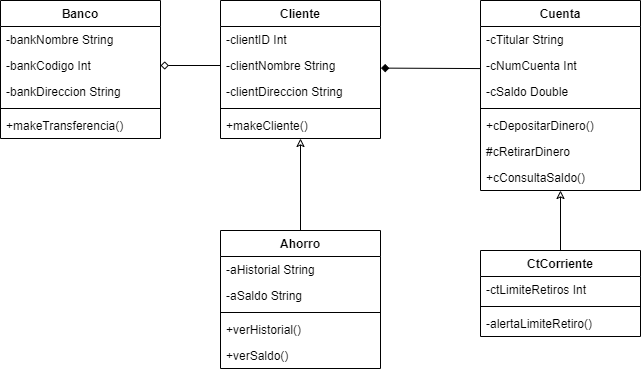
This is taller3.drawio.png from nlagos1/ejercicios_modelado, a draw.io export, as it was before one commit. Source tidied: cells renumbered, new cells last; positions are measured from the earlier drawing's top-left corner, leaving out a move shared by most shapes.
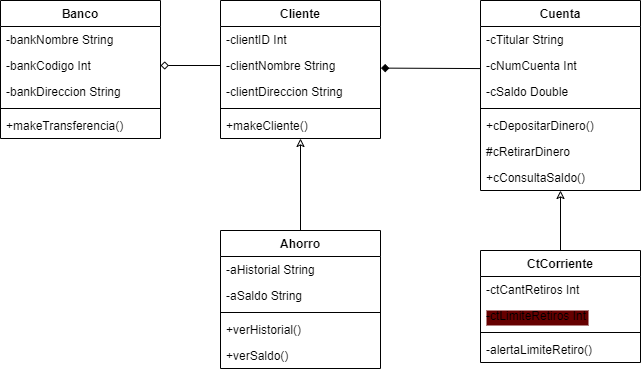
The same diagram one commit later.

Change to the diagram source:
```diff
@@ -69,16 +69,19 @@
       <mxGeometry y="112" width="160" height="26" as="geometry" />
     </mxCell>
     <mxCell id="24" value="CtCorriente" style="swimlane;fontStyle=1;align=center;verticalAlign=top;horizontal=1;startSize=26;" parent="1" vertex="1">
-      <mxGeometry x="480" y="250" width="160" height="86" as="geometry" />
+      <mxGeometry x="480" y="250" width="160" height="112" as="geometry" />
     </mxCell>
-    <mxCell id="25" value="-ctLimiteRetiros Int" style="text;strokeColor=none;fillColor=none;align=left;verticalAlign=top;spacingLeft=4;spacingRight=4;overflow=hidden;" parent="24" vertex="1">
+    <mxCell id="25" value="-ctCantRetiros Int" style="text;strokeColor=none;fillColor=none;align=left;verticalAlign=top;spacingLeft=4;spacingRight=4;overflow=hidden;" parent="24" vertex="1">
       <mxGeometry y="26" width="160" height="26" as="geometry" />
     </mxCell>
+    <mxCell id="36" value="-ctLimiteRetiros Int" style="text;strokeColor=none;fillColor=none;align=left;verticalAlign=top;spacingLeft=4;spacingRight=4;overflow=hidden;labelBackgroundColor=#660000;" parent="24" vertex="1">
+      <mxGeometry y="52" width="160" height="26" as="geometry" />
+    </mxCell>
     <mxCell id="26" style="line;strokeWidth=1;fillColor=none;align=left;verticalAlign=middle;spacingTop=-1;spacingLeft=3;spacingRight=3;labelPosition=right;strokeColor=inherit;" parent="24" vertex="1">
-      <mxGeometry y="52" width="160" height="8" as="geometry" />
+      <mxGeometry y="78" width="160" height="8" as="geometry" />
     </mxCell>
     <mxCell id="27" value="-alertaLimiteRetiro()" style="text;strokeColor=none;fillColor=none;align=left;verticalAlign=top;spacingLeft=4;spacingRight=4;overflow=hidden;" parent="24" vertex="1">
-      <mxGeometry y="60" width="160" height="26" as="geometry" />
+      <mxGeometry y="86" width="160" height="26" as="geometry" />
     </mxCell>
     <mxCell id="28" value="Ahorro" style="swimlane;fontStyle=1;align=center;verticalAlign=top;horizontal=1;startSize=26;" parent="1" vertex="1">
       <mxGeometry x="220" y="230" width="160" height="138" as="geometry" />
```
